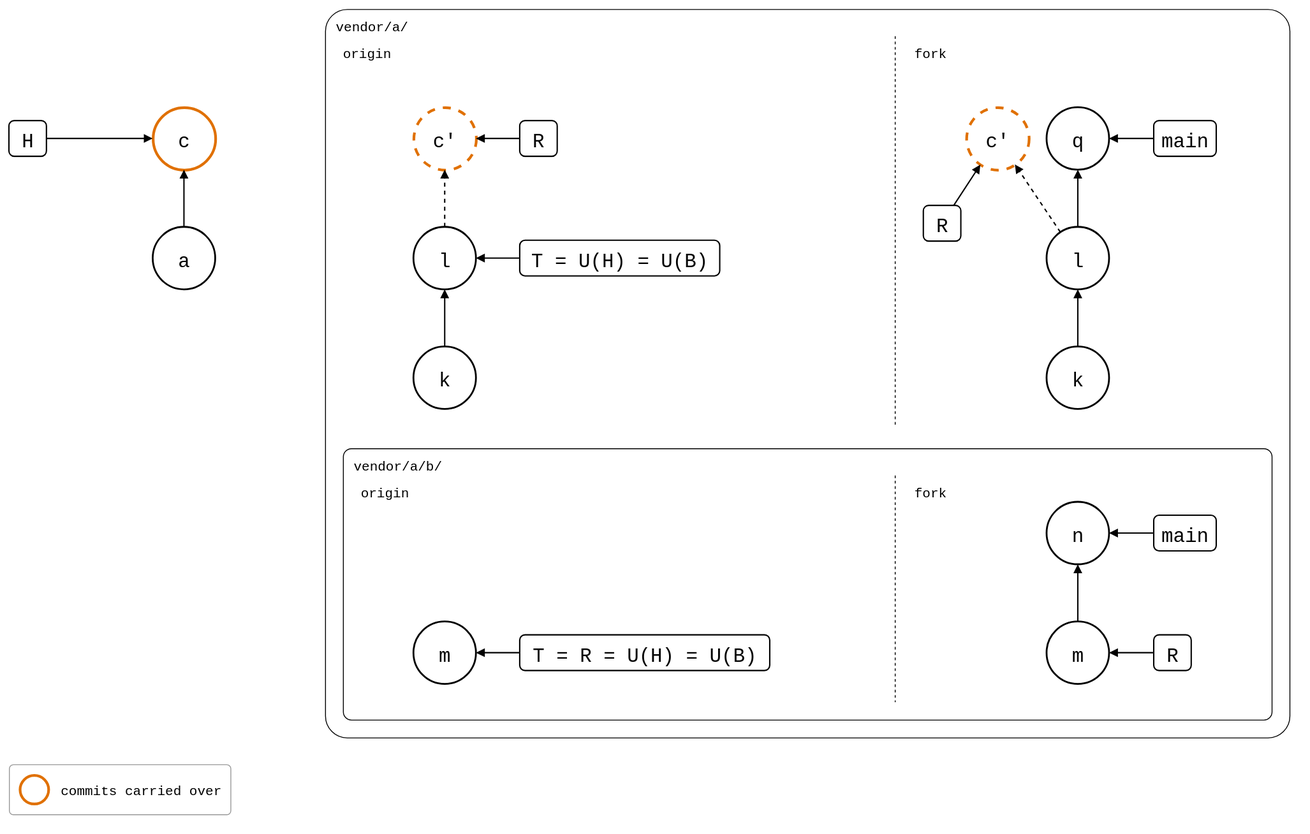
The draw.io diagram docs/09-scenarios/05-nested-splices/01-nested-splices/01-outer-fork/same-name-below.drawio.svg in roschaefer/git-splice, before a commit. Source tidied: cells renumbered, new cells last; positions are measured from the earlier drawing's top-left corner, leaving out a move shared by most shapes.
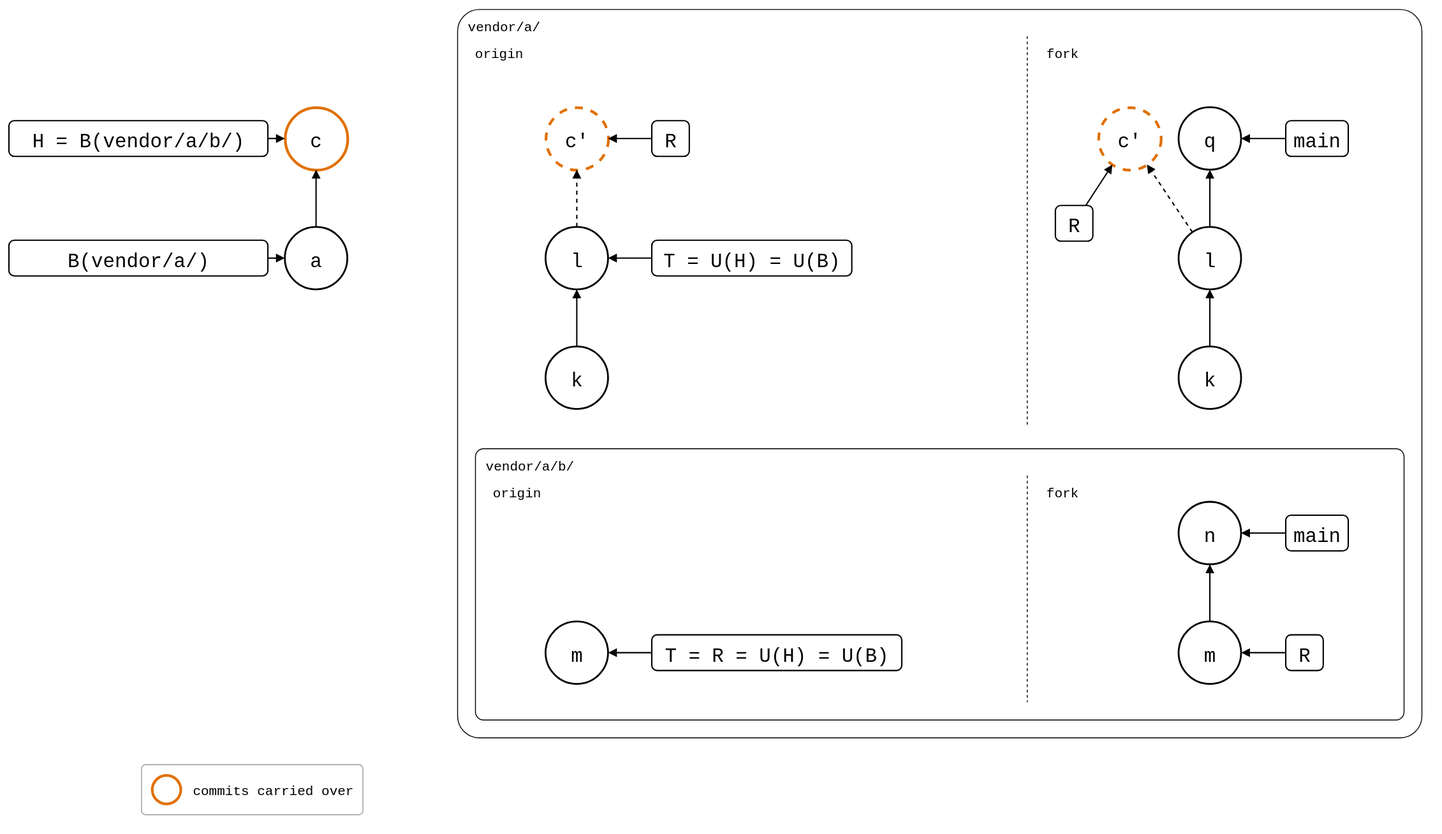
Later version of the same file.

Diff of the diagram source:
```diff
@@ -56,8 +56,8 @@
     <mxCell id="19" value="m" style="ellipse;strokeWidth=2;fontSize=22;fontFamily=Roboto Mono,monospace;" parent="1" vertex="1">
       <mxGeometry x="1162" y="686" width="70" height="70" as="geometry" />
     </mxCell>
-    <mxCell id="20" value="H" style="rounded=1;strokeWidth=1.5;fontSize=22;fontFamily=Roboto Mono,monospace;" parent="1" vertex="1">
-      <mxGeometry y="125" width="42" height="40" as="geometry" />
+    <mxCell id="20" value="H = B(vendor/a/b/)" style="rounded=1;strokeWidth=1.5;fontSize=22;fontFamily=Roboto Mono,monospace;" parent="1" vertex="1">
+      <mxGeometry x="-148" y="125" width="290" height="40" as="geometry" />
     </mxCell>
     <mxCell id="21" value="T = U(H) = U(B)" style="rounded=1;strokeWidth=1.5;fontSize=22;fontFamily=Roboto Mono,monospace;" parent="1" vertex="1">
       <mxGeometry x="572" y="259" width="224" height="40" as="geometry" />
@@ -140,5 +140,11 @@
     <mxCell id="47" value="commits carried over" style="text;align=left;verticalAlign=middle;fontSize=15;fontFamily=Roboto Mono,monospace;" parent="45" vertex="1">
       <mxGeometry x="56" y="12" width="180" height="32" as="geometry" />
     </mxCell>
+    <mxCell id="48" value="B(vendor/a/)" style="rounded=1;strokeWidth=1.5;fontSize=22;fontFamily=Roboto Mono,monospace;" parent="1" vertex="1">
+      <mxGeometry x="-148" y="259" width="290" height="40" as="geometry" />
+    </mxCell>
+    <mxCell id="49" style="endArrow=block;endFill=1;strokeWidth=1.5;" parent="1" edge="1" source="48" target="11">
+      <mxGeometry relative="1" as="geometry" />
+    </mxCell>
   </root>
 </mxGraphModel>
```
